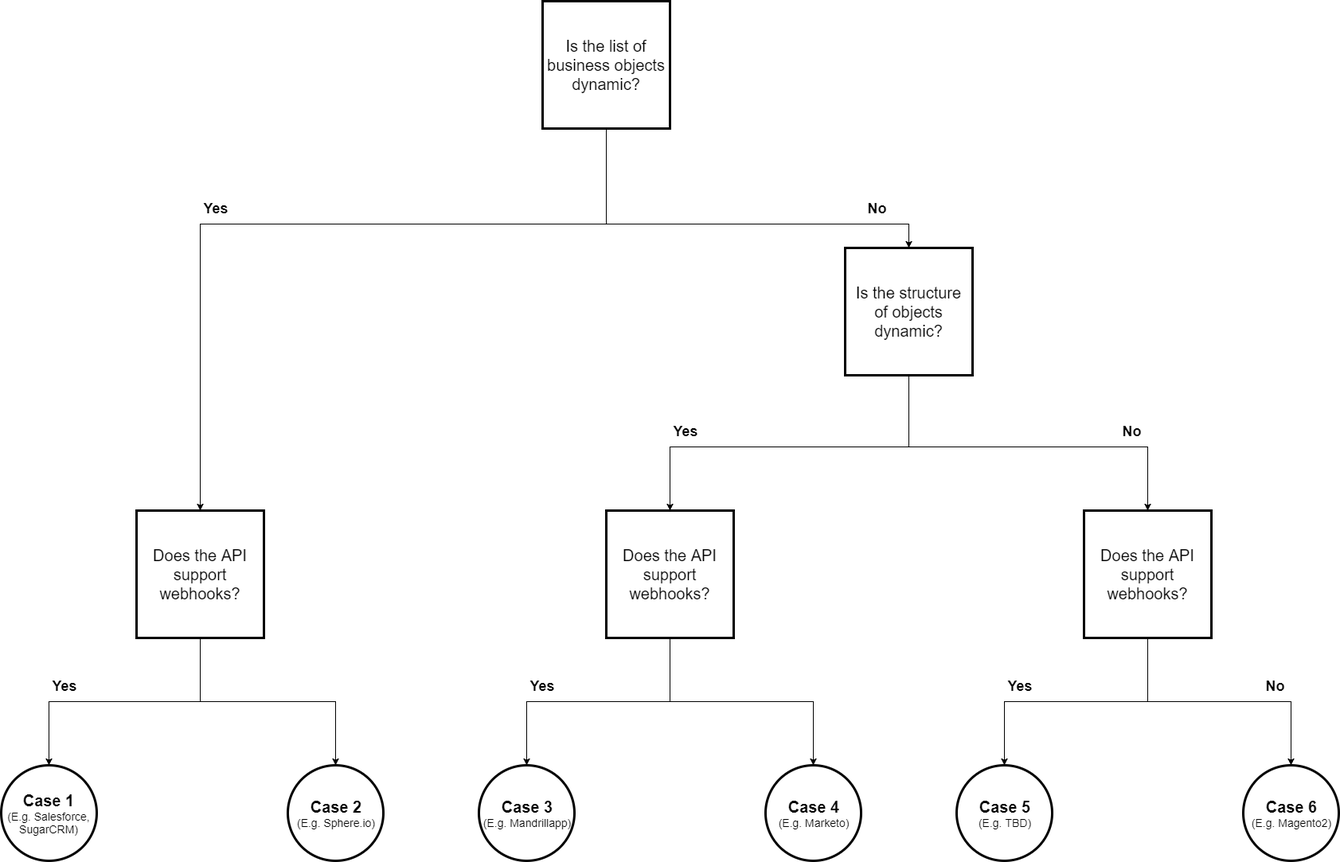
marsch/Architecture keeps this draw.io diagram as Connectors/Assets/ApiClassification.png. Above is the earlier version. Source tidied: cells renumbered, new cells last; positions are measured from the earlier drawing's top-left corner, leaving out a move shared by most shapes.
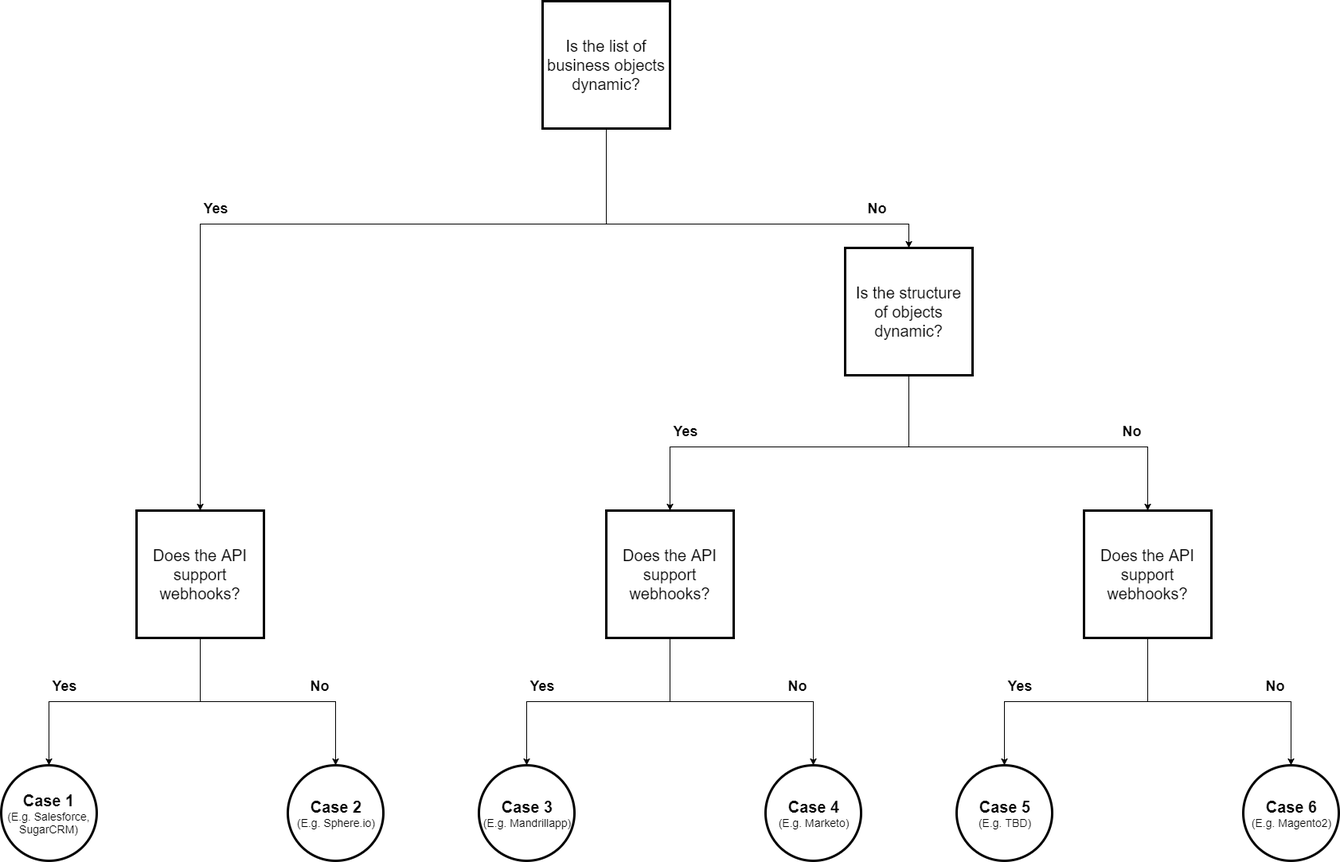
Later version of the same file.

Commit message:
Add missing decision paths

Diff of the diagram source:
```diff
@@ -143,5 +143,11 @@
     <mxCell id="30" value="&lt;b&gt;&lt;font style=&quot;font-size: 18px&quot;&gt;No&lt;/font&gt;&lt;/b&gt;" style="text;html=1;strokeColor=none;fillColor=none;align=center;verticalAlign=middle;whiteSpace=wrap;rounded=0;shadow=1;fontSize=13;" parent="1" vertex="1">
       <mxGeometry x="1580" y="850" width="40" height="20" as="geometry" />
     </mxCell>
+    <mxCell id="31" value="&lt;b&gt;&lt;font style=&quot;font-size: 18px&quot;&gt;No&lt;/font&gt;&lt;/b&gt;" style="text;html=1;strokeColor=none;fillColor=none;align=center;verticalAlign=middle;whiteSpace=wrap;rounded=0;shadow=1;fontSize=13;" parent="1" vertex="1">
+      <mxGeometry x="980" y="850" width="40" height="20" as="geometry" />
+    </mxCell>
+    <mxCell id="32" value="&lt;b&gt;&lt;font style=&quot;font-size: 18px&quot;&gt;No&lt;/font&gt;&lt;/b&gt;" style="text;html=1;strokeColor=none;fillColor=none;align=center;verticalAlign=middle;whiteSpace=wrap;rounded=0;shadow=1;fontSize=13;" parent="1" vertex="1">
+      <mxGeometry x="380" y="850" width="40" height="20" as="geometry" />
+    </mxCell>
   </root>
 </mxGraphModel>
```
